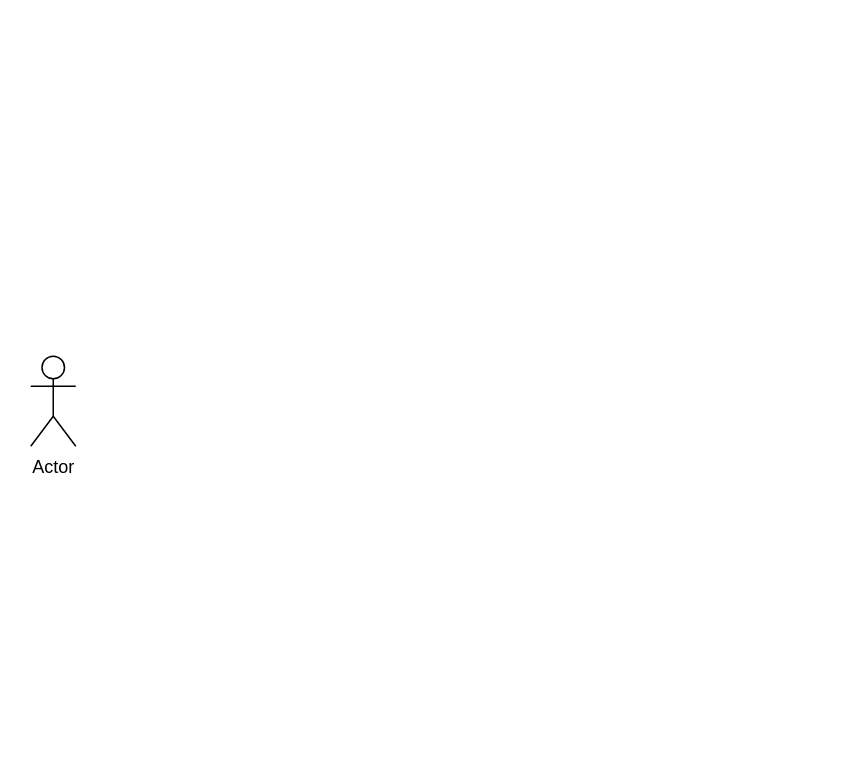
This is page "Halaman-2" (2 of 2) of Diagram Tanpa Judul.drawio from CyberFullStackDeveloperArr/coba, a draw.io file, before an edit. Source tidied: cells renumbered, new cells numbered last; positions are measured from the earlier drawing's top-left corner, leaving out a move shared by most shapes. Both pictures are drawn from the tidied source at 150%, with x=0, y=0 at pixel (30, 356).
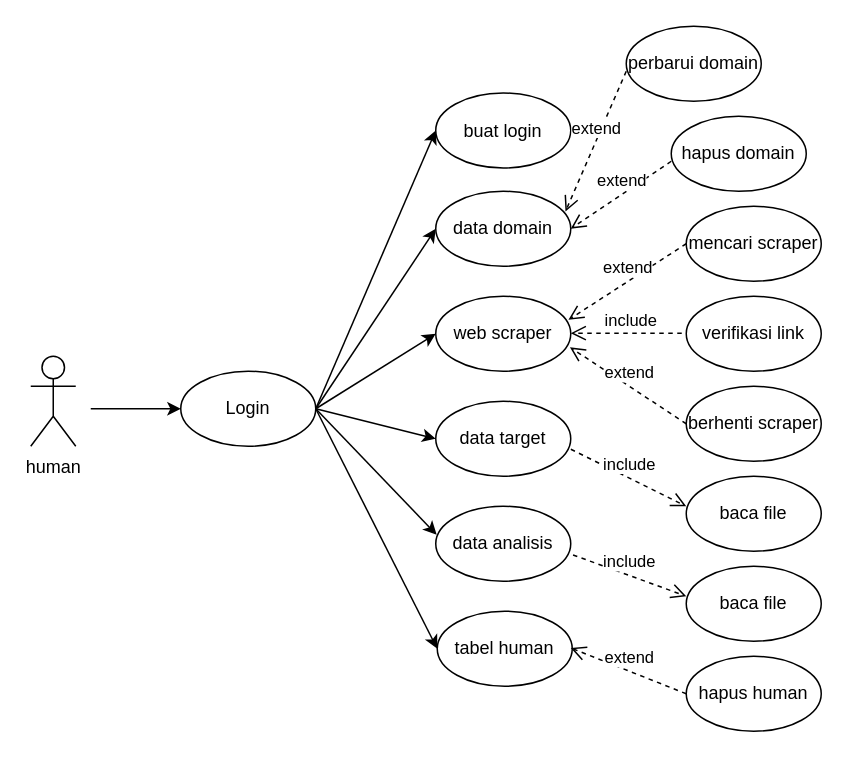
After the change.

The edit, as a diff of the source:
```diff
@@
-    <mxCell id="2" value="Actor" style="shape=umlActor;verticalLabelPosition=bottom;verticalAlign=top;html=1;" parent="1" vertex="1">
+    <mxCell id="2" value="human" style="shape=umlActor;verticalLabelPosition=bottom;verticalAlign=top;html=1;" parent="1" vertex="1">
       <mxGeometry width="30" height="60" as="geometry" />
     </mxCell>
+    <mxCell id="3" value="Login" style="ellipse;whiteSpace=wrap;html=1;" parent="1" vertex="1">
+      <mxGeometry x="100" y="10" width="90" height="50" as="geometry" />
+    </mxCell>
+    <mxCell id="4" style="endArrow=classic;html=1;rounded=0;entryX=0;entryY=0.5;entryDx=0;entryDy=0;" parent="1" edge="1" target="3">
+      <mxGeometry relative="1" as="geometry">
+        <mxPoint x="40" y="35" as="sourcePoint" />
+      </mxGeometry>
+    </mxCell>
+    <mxCell id="5" style="endArrow=classic;html=1;rounded=0;exitX=1;exitY=0.5;exitDx=0;exitDy=0;entryX=0;entryY=0.5;entryDx=0;entryDy=0;" parent="1" edge="1" source="3" target="7">
+      <mxGeometry relative="1" as="geometry" />
+    </mxCell>
+    <mxCell id="6" style="endArrow=classic;html=1;rounded=0;exitX=1;exitY=0.5;exitDx=0;exitDy=0;entryX=0;entryY=0.5;entryDx=0;entryDy=0;" parent="1" edge="1" source="3" target="8">
+      <mxGeometry relative="1" as="geometry" />
+    </mxCell>
+    <mxCell id="7" value="web scraper" style="ellipse;whiteSpace=wrap;html=1;" parent="1" vertex="1">
+      <mxGeometry x="270" y="-40" width="90" height="50" as="geometry" />
+    </mxCell>
+    <mxCell id="8" value="data target" style="ellipse;whiteSpace=wrap;html=1;" parent="1" vertex="1">
+      <mxGeometry x="270" y="30" width="90" height="50" as="geometry" />
+    </mxCell>
+    <mxCell id="9" style="endArrow=classic;html=1;rounded=0;exitX=1;exitY=0.5;exitDx=0;exitDy=0;entryX=0.007;entryY=0.381;entryDx=0;entryDy=0;entryPerimeter=0;" parent="1" edge="1" source="3" target="10">
+      <mxGeometry relative="1" as="geometry" />
+    </mxCell>
+    <mxCell id="10" value="data analisis" style="ellipse;whiteSpace=wrap;html=1;" parent="1" vertex="1">
+      <mxGeometry x="270" y="100" width="90" height="50" as="geometry" />
+    </mxCell>
+    <mxCell id="11" value="data domain" style="ellipse;whiteSpace=wrap;html=1;" parent="1" vertex="1">
+      <mxGeometry x="270" y="-110" width="90" height="50" as="geometry" />
+    </mxCell>
+    <mxCell id="12" style="endArrow=classic;html=1;rounded=0;exitX=1;exitY=0.5;exitDx=0;exitDy=0;entryX=0;entryY=0.5;entryDx=0;entryDy=0;" parent="1" edge="1" source="3" target="11">
+      <mxGeometry relative="1" as="geometry" />
+    </mxCell>
+    <mxCell id="13" value="tabel human" style="ellipse;whiteSpace=wrap;html=1;" parent="1" vertex="1">
+      <mxGeometry x="271" y="170" width="90" height="50" as="geometry" />
+    </mxCell>
+    <mxCell id="14" style="endArrow=classic;html=1;rounded=0;entryX=0;entryY=0.5;entryDx=0;entryDy=0;exitX=1;exitY=0.5;exitDx=0;exitDy=0;" parent="1" edge="1" source="3" target="13">
+      <mxGeometry relative="1" as="geometry" />
+    </mxCell>
+    <mxCell id="15" value="buat login" style="ellipse;whiteSpace=wrap;html=1;" parent="1" vertex="1">
+      <mxGeometry x="270" y="-175.5" width="90" height="50" as="geometry" />
+    </mxCell>
+    <mxCell id="16" style="endArrow=classic;html=1;rounded=0;exitX=1;exitY=0.5;exitDx=0;exitDy=0;entryX=0;entryY=0.5;entryDx=0;entryDy=0;" parent="1" edge="1" source="3" target="15">
+      <mxGeometry relative="1" as="geometry" />
+    </mxCell>
+    <mxCell id="17" value="include" style="html=1;verticalAlign=bottom;endArrow=open;dashed=1;endSize=8;curved=0;rounded=0;" parent="1" edge="1">
+      <mxGeometry relative="1" as="geometry">
+        <mxPoint x="440" y="-15.4" as="sourcePoint" />
+        <mxPoint x="360" y="-15.4" as="targetPoint" />
+      </mxGeometry>
+    </mxCell>
+    <mxCell id="18" value="verifikasi link" style="ellipse;whiteSpace=wrap;html=1;" parent="1" vertex="1">
+      <mxGeometry x="437" y="-40" width="90" height="50" as="geometry" />
+    </mxCell>
+    <mxCell id="19" value="berhenti scraper" style="ellipse;whiteSpace=wrap;html=1;" parent="1" vertex="1">
+      <mxGeometry x="437" y="20" width="90" height="50" as="geometry" />
+    </mxCell>
+    <mxCell id="20" value="mencari scraper" style="ellipse;whiteSpace=wrap;html=1;" parent="1" vertex="1">
+      <mxGeometry x="437" y="-100" width="90" height="50" as="geometry" />
+    </mxCell>
+    <mxCell id="21" value="extend" style="html=1;verticalAlign=bottom;endArrow=open;dashed=1;endSize=8;curved=0;rounded=0;entryX=0.983;entryY=0.314;entryDx=0;entryDy=0;entryPerimeter=0;exitX=0;exitY=0.5;exitDx=0;exitDy=0;" parent="1" edge="1" source="20" target="7">
+      <mxGeometry relative="1" as="geometry" />
+    </mxCell>
+    <mxCell id="22" value="extend" style="html=1;verticalAlign=bottom;endArrow=open;dashed=1;endSize=8;curved=0;rounded=0;entryX=0.994;entryY=0.68;entryDx=0;entryDy=0;entryPerimeter=0;exitX=0;exitY=0.5;exitDx=0;exitDy=0;" parent="1" edge="1" source="19" target="7">
+      <mxGeometry relative="1" as="geometry" />
+    </mxCell>
+    <mxCell id="23" value="hapus human" style="ellipse;whiteSpace=wrap;html=1;" parent="1" vertex="1">
+      <mxGeometry x="437" y="200" width="90" height="50" as="geometry" />
+    </mxCell>
+    <mxCell id="24" value="extend" style="html=1;verticalAlign=bottom;endArrow=open;dashed=1;endSize=8;curved=0;rounded=0;exitX=0;exitY=0.5;exitDx=0;exitDy=0;" parent="1" edge="1" source="23">
+      <mxGeometry relative="1" as="geometry">
+        <mxPoint x="360" y="194.5" as="targetPoint" />
+      </mxGeometry>
+    </mxCell>
+    <mxCell id="25" value="baca file" style="ellipse;whiteSpace=wrap;html=1;" parent="1" vertex="1">
+      <mxGeometry x="437" y="140" width="90" height="50" as="geometry" />
+    </mxCell>
+    <mxCell id="26" value="baca file" style="ellipse;whiteSpace=wrap;html=1;" parent="1" vertex="1">
+      <mxGeometry x="437" y="80" width="90" height="50" as="geometry" />
+    </mxCell>
+    <mxCell id="27" value="include" style="html=1;verticalAlign=bottom;endArrow=open;dashed=1;endSize=8;curved=0;rounded=0;entryX=0;entryY=0.4;entryDx=0;entryDy=0;entryPerimeter=0;exitX=1.017;exitY=0.649;exitDx=0;exitDy=0;exitPerimeter=0;" parent="1" edge="1" source="10" target="25">
+      <mxGeometry relative="1" as="geometry" />
+    </mxCell>
+    <mxCell id="28" value="include" style="html=1;verticalAlign=bottom;endArrow=open;dashed=1;endSize=8;curved=0;rounded=0;exitX=1.001;exitY=0.64;exitDx=0;exitDy=0;exitPerimeter=0;entryX=0;entryY=0.4;entryDx=0;entryDy=0;entryPerimeter=0;" parent="1" edge="1" source="8" target="26">
+      <mxGeometry relative="1" as="geometry" />
+    </mxCell>
+    <mxCell id="29" value="perbarui domain" style="ellipse;whiteSpace=wrap;html=1;" parent="1" vertex="1">
+      <mxGeometry x="397" y="-220" width="90" height="50" as="geometry" />
+    </mxCell>
+    <mxCell id="30" value="hapus domain" style="ellipse;whiteSpace=wrap;html=1;" parent="1" vertex="1">
+      <mxGeometry x="427" y="-160" width="90" height="50" as="geometry" />
+    </mxCell>
+    <mxCell id="31" value="extend" style="html=1;verticalAlign=bottom;endArrow=open;dashed=1;endSize=8;curved=0;rounded=0;entryX=1;entryY=0.5;entryDx=0;entryDy=0;exitX=0;exitY=0.6;exitDx=0;exitDy=0;exitPerimeter=0;" parent="1" edge="1" source="30" target="11">
+      <mxGeometry relative="1" as="geometry" />
+    </mxCell>
+    <mxCell id="32" value="extend" style="html=1;verticalAlign=bottom;endArrow=open;dashed=1;endSize=8;curved=0;rounded=0;exitX=0;exitY=0.5;exitDx=0;exitDy=0;entryX=0.961;entryY=0.27;entryDx=0;entryDy=0;entryPerimeter=0;" parent="1" edge="1" target="11">
+      <mxGeometry relative="1" as="geometry">
+        <mxPoint x="397" y="-190" as="sourcePoint" />
+      </mxGeometry>
+    </mxCell>
```
